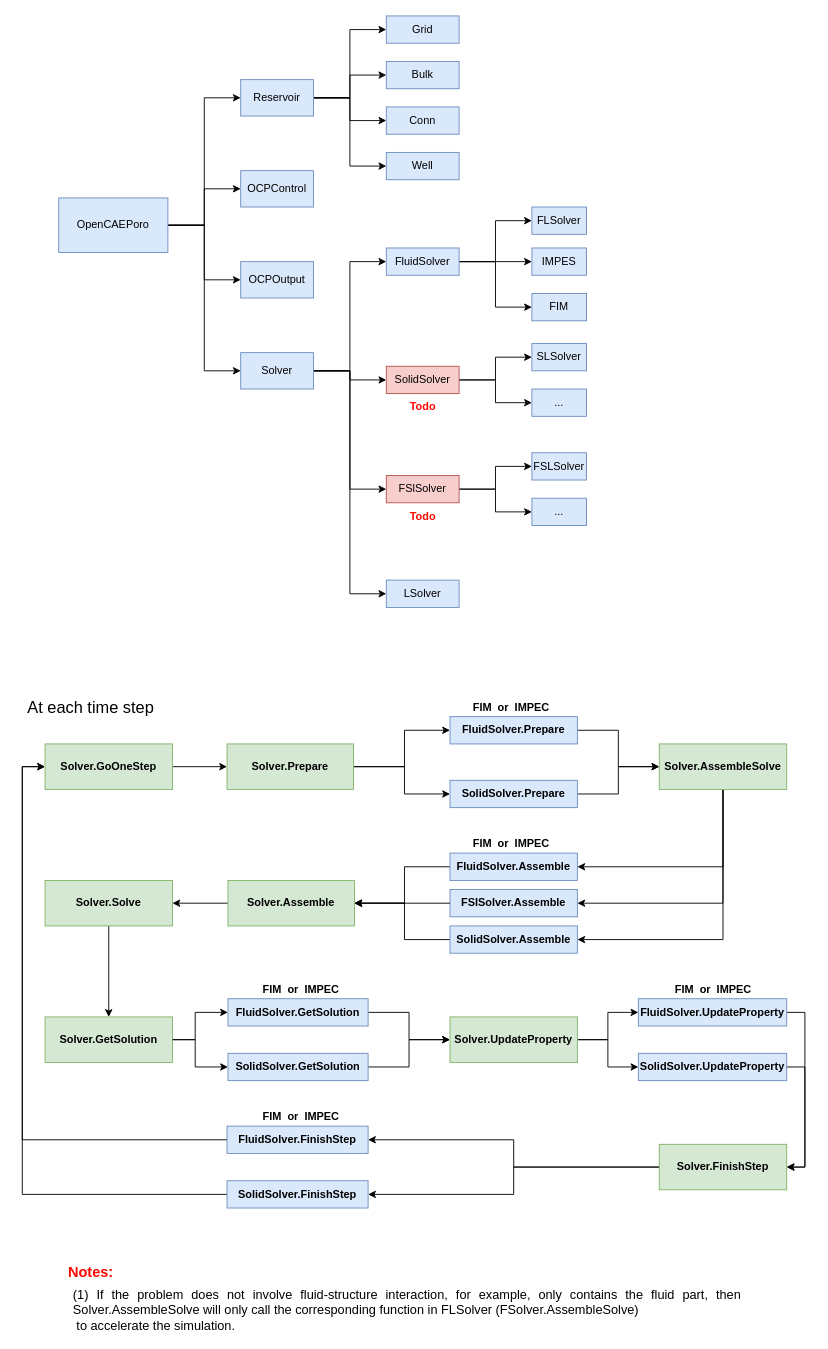
OpenCAEPlus/OpenCAEPoro keeps this draw.io diagram as manual/topclass.drawio. Above is the earlier version. Source tidied: cells renumbered, new cells numbered last; positions are measured from the earlier drawing's top-left corner, leaving out a move shared by most shapes. Both pictures are drawn from the tidied source at 91%, with x=0, y=0 at pixel (22, 15).
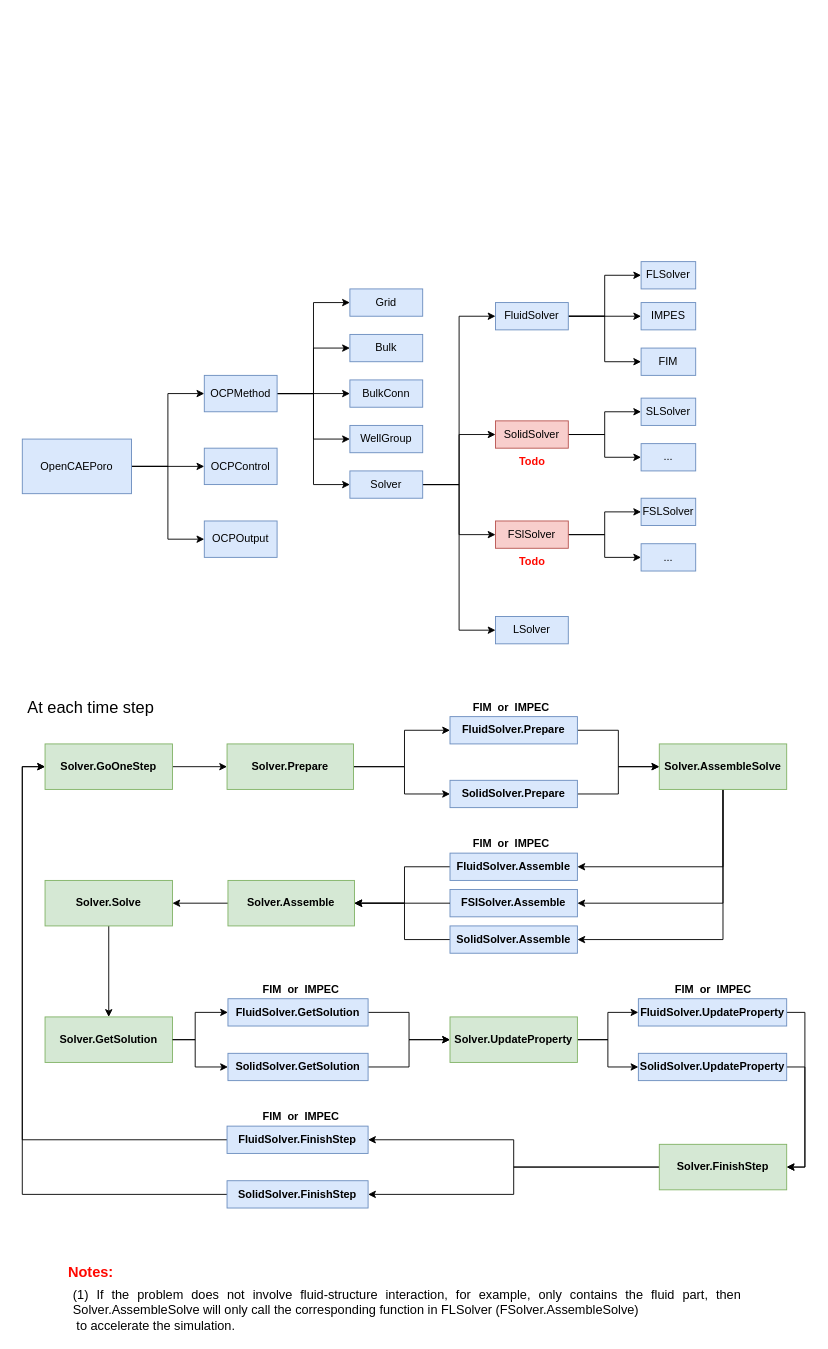
Above is the later version.

What changed in the source:
```diff
@@
-    <mxCell id="5" style="edgeStyle=orthogonalEdgeStyle;rounded=0;jettySize=auto;html=1;exitX=1;exitY=0.5;exitDx=0;exitDy=0;entryX=0;entryY=0.5;entryDx=0;entryDy=0;" parent="1" edge="1" source="6" target="18">
+    <mxCell id="5" style="edgeStyle=orthogonalEdgeStyle;rounded=0;jettySize=auto;html=1;exitX=1;exitY=0.5;exitDx=0;exitDy=0;entryX=0;entryY=0.5;entryDx=0;entryDy=0;" parent="1" edge="1" source="11" target="18">
       <mxGeometry relative="1" as="geometry" />
     </mxCell>
     <mxCell id="6" value="OpenCAEPoro" style="rounded=0;whiteSpace=wrap;html=1;fillColor=#dae8fc;strokeColor=#6c8ebf;" parent="1" vertex="1">
-      <mxGeometry x="40" y="200" width="120" height="60" as="geometry" />
+      <mxGeometry y="465" width="120" height="60" as="geometry" />
     </mxCell>
@@
-    <mxCell id="11" value="Reservoir" style="rounded=0;whiteSpace=wrap;html=1;fillColor=#dae8fc;strokeColor=#6c8ebf;" parent="1" vertex="1">
-      <mxGeometry x="240" y="70" width="80" height="40" as="geometry" />
+    <mxCell id="11" value="OCPMethod" style="rounded=0;whiteSpace=wrap;html=1;fillColor=#dae8fc;strokeColor=#6c8ebf;" parent="1" vertex="1">
+      <mxGeometry x="200" y="395" width="80" height="40" as="geometry" />
     </mxCell>
     <mxCell id="12" value="OCPControl" style="rounded=0;whiteSpace=wrap;html=1;fillColor=#dae8fc;strokeColor=#6c8ebf;" parent="1" vertex="1">
-      <mxGeometry x="240" y="170" width="80" height="40" as="geometry" />
+      <mxGeometry x="200" y="475" width="80" height="40" as="geometry" />
     </mxCell>
     <mxCell id="13" value="OCPOutput" style="rounded=0;whiteSpace=wrap;html=1;fillColor=#dae8fc;strokeColor=#6c8ebf;" parent="1" vertex="1">
-      <mxGeometry x="240" y="270" width="80" height="40" as="geometry" />
+      <mxGeometry x="200" y="555" width="80" height="40" as="geometry" />
     </mxCell>
@@
     <mxCell id="18" value="Solver" style="rounded=0;whiteSpace=wrap;html=1;fillColor=#dae8fc;strokeColor=#6c8ebf;" parent="1" vertex="1">
-      <mxGeometry x="240" y="370" width="80" height="40" as="geometry" />
+      <mxGeometry x="360" y="500" width="80" height="30" as="geometry" />
     </mxCell>
     <mxCell id="19" value="Grid" style="rounded=0;whiteSpace=wrap;html=1;fillColor=#dae8fc;strokeColor=#6c8ebf;" parent="1" vertex="1">
-      <mxGeometry x="400" width="80" height="30" as="geometry" />
+      <mxGeometry x="360" y="300" width="80" height="30" as="geometry" />
     </mxCell>
     <mxCell id="20" value="Bulk" style="rounded=0;whiteSpace=wrap;html=1;fillColor=#dae8fc;strokeColor=#6c8ebf;" parent="1" vertex="1">
-      <mxGeometry x="400" y="50" width="80" height="30" as="geometry" />
+      <mxGeometry x="360" y="350" width="80" height="30" as="geometry" />
     </mxCell>
-    <mxCell id="21" value="Well" style="rounded=0;whiteSpace=wrap;html=1;fillColor=#dae8fc;strokeColor=#6c8ebf;" parent="1" vertex="1">
-      <mxGeometry x="400" y="150" width="80" height="30" as="geometry" />
+    <mxCell id="21" value="WellGroup" style="rounded=0;whiteSpace=wrap;html=1;fillColor=#dae8fc;strokeColor=#6c8ebf;" parent="1" vertex="1">
+      <mxGeometry x="360" y="450" width="80" height="30" as="geometry" />
     </mxCell>
-    <mxCell id="22" value="Conn" style="rounded=0;whiteSpace=wrap;html=1;fillColor=#dae8fc;strokeColor=#6c8ebf;" parent="1" vertex="1">
-      <mxGeometry x="400" y="100" width="80" height="30" as="geometry" />
+    <mxCell id="22" value="BulkConn" style="rounded=0;whiteSpace=wrap;html=1;fillColor=#dae8fc;strokeColor=#6c8ebf;" parent="1" vertex="1">
+      <mxGeometry x="360" y="400" width="80" height="30" as="geometry" />
     </mxCell>
@@
     <mxCell id="26" value="FluidSolver" style="rounded=0;whiteSpace=wrap;html=1;fillColor=#dae8fc;strokeColor=#6c8ebf;" parent="1" vertex="1">
-      <mxGeometry x="400" y="255" width="80" height="30" as="geometry" />
+      <mxGeometry x="520" y="315" width="80" height="30" as="geometry" />
     </mxCell>
@@
     <mxCell id="29" value="SolidSolver" style="rounded=0;whiteSpace=wrap;html=1;fillColor=#f8cecc;strokeColor=#b85450;" parent="1" vertex="1">
-      <mxGeometry x="400" y="385" width="80" height="30" as="geometry" />
+      <mxGeometry x="520" y="445" width="80" height="30" as="geometry" />
     </mxCell>
     <mxCell id="30" value="FLSolver" style="rounded=0;whiteSpace=wrap;html=1;fillColor=#dae8fc;strokeColor=#6c8ebf;" parent="1" vertex="1">
-      <mxGeometry x="560" y="210" width="60" height="30" as="geometry" />
+      <mxGeometry x="680" y="270" width="60" height="30" as="geometry" />
     </mxCell>
     <mxCell id="31" value="IMPES" style="rounded=0;whiteSpace=wrap;html=1;fillColor=#dae8fc;strokeColor=#6c8ebf;" parent="1" vertex="1">
-      <mxGeometry x="560" y="255" width="60" height="30" as="geometry" />
+      <mxGeometry x="680" y="315" width="60" height="30" as="geometry" />
     </mxCell>
     <mxCell id="32" value="FIM" style="rounded=0;whiteSpace=wrap;html=1;fillColor=#dae8fc;strokeColor=#6c8ebf;" parent="1" vertex="1">
-      <mxGeometry x="560" y="305" width="60" height="30" as="geometry" />
+      <mxGeometry x="680" y="365" width="60" height="30" as="geometry" />
     </mxCell>
     <mxCell id="33" value="SLSolver" style="rounded=0;whiteSpace=wrap;html=1;fillColor=#dae8fc;strokeColor=#6c8ebf;" parent="1" vertex="1">
-      <mxGeometry x="560" y="360" width="60" height="30" as="geometry" />
+      <mxGeometry x="680" y="420" width="60" height="30" as="geometry" />
     </mxCell>
     <mxCell id="34" value="..." style="rounded=0;whiteSpace=wrap;html=1;fillColor=#dae8fc;strokeColor=#6c8ebf;" parent="1" vertex="1">
-      <mxGeometry x="560" y="410" width="60" height="30" as="geometry" />
+      <mxGeometry x="680" y="470" width="60" height="30" as="geometry" />
     </mxCell>
@@
     <mxCell id="37" value="FSlSolver" style="rounded=0;whiteSpace=wrap;html=1;fillColor=#f8cecc;strokeColor=#b85450;" parent="1" vertex="1">
-      <mxGeometry x="400" y="505" width="80" height="30" as="geometry" />
+      <mxGeometry x="520" y="555" width="80" height="30" as="geometry" />
     </mxCell>
     <mxCell id="38" value="FSLSolver" style="rounded=0;whiteSpace=wrap;html=1;fillColor=#dae8fc;strokeColor=#6c8ebf;" parent="1" vertex="1">
-      <mxGeometry x="560" y="480" width="60" height="30" as="geometry" />
+      <mxGeometry x="680" y="530" width="60" height="30" as="geometry" />
     </mxCell>
     <mxCell id="39" value="..." style="rounded=0;whiteSpace=wrap;html=1;fillColor=#dae8fc;strokeColor=#6c8ebf;" parent="1" vertex="1">
-      <mxGeometry x="560" y="530" width="60" height="30" as="geometry" />
+      <mxGeometry x="680" y="580" width="60" height="30" as="geometry" />
     </mxCell>
     <mxCell id="40" value="LSolver" style="rounded=0;whiteSpace=wrap;html=1;fillColor=#dae8fc;strokeColor=#6c8ebf;" parent="1" vertex="1">
-      <mxGeometry x="400" y="620" width="80" height="30" as="geometry" />
+      <mxGeometry x="520" y="660" width="80" height="30" as="geometry" />
     </mxCell>
     <mxCell id="41" value="&lt;b&gt;&lt;font color=&quot;#ff0800&quot;&gt;Todo&lt;/font&gt;&lt;/b&gt;" style="text;html=1;align=center;verticalAlign=middle;strokeColor=none;fillColor=none;" parent="1" vertex="1">
-      <mxGeometry x="420" y="420" width="40" height="20" as="geometry" />
+      <mxGeometry x="540" y="480" width="40" height="20" as="geometry" />
     </mxCell>
     <mxCell id="42" value="&lt;b&gt;&lt;font color=&quot;#ff0800&quot;&gt;Todo&lt;/font&gt;&lt;/b&gt;" style="text;html=1;align=center;verticalAlign=middle;strokeColor=none;fillColor=none;" parent="1" vertex="1">
-      <mxGeometry x="420" y="540" width="40" height="20" as="geometry" />
+      <mxGeometry x="540" y="590" width="40" height="20" as="geometry" />
     </mxCell>
```
